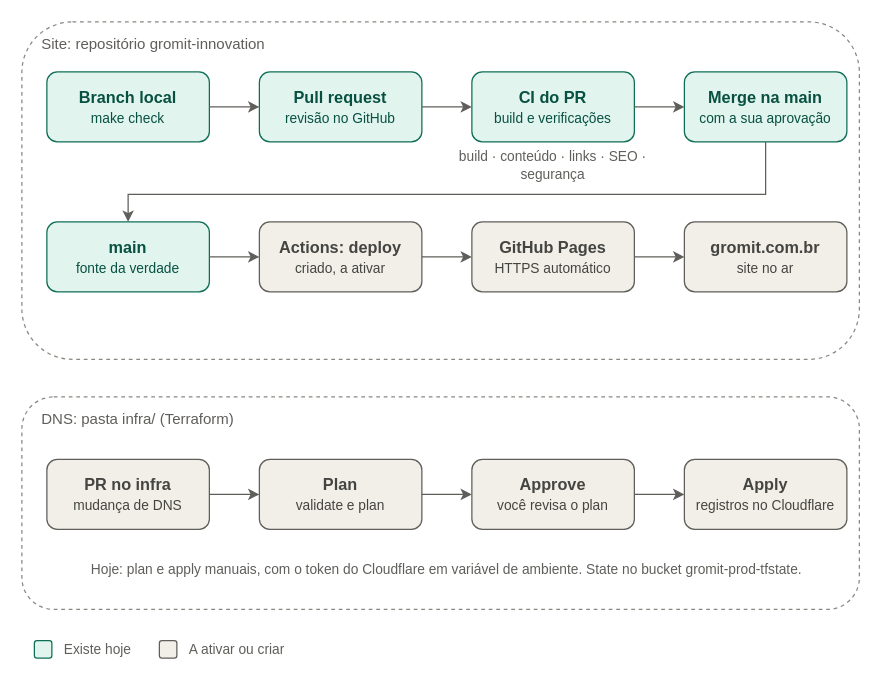
danilofreytas/gromit-innovation keeps this draw.io diagram as docs/gromit-site-cicd.drawio. Above is the earlier version. Source tidied: cells renumbered, new cells numbered last; positions are measured from the earlier drawing's top-left corner, leaving out a move shared by most shapes. Both pictures are drawn from the tidied source at 125%, with x=0, y=0 at pixel (21, 21).
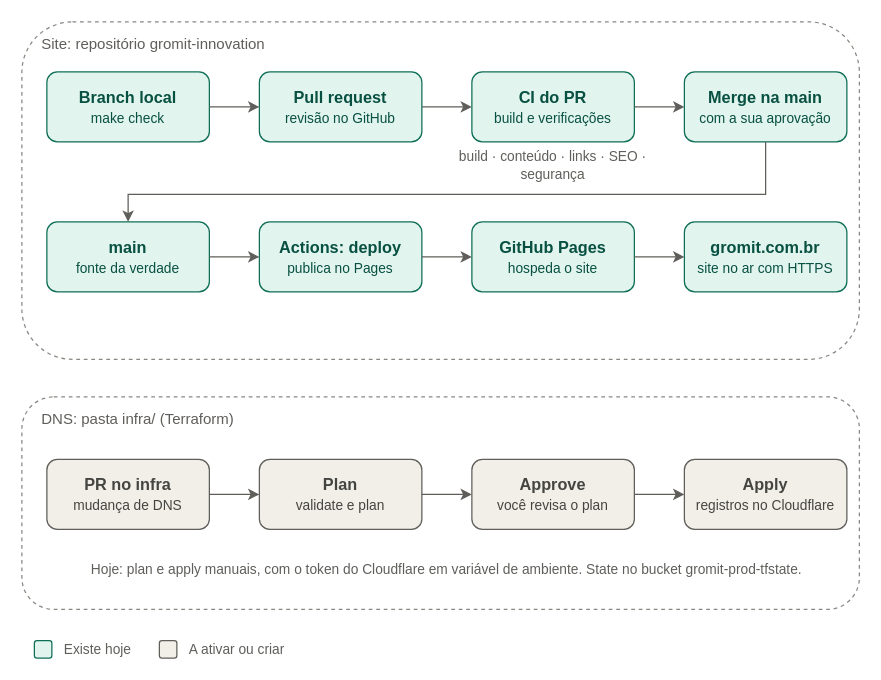
The same page after the edit.

Commit message (it also covers changes not shown here):
feat(infra): HTTPS do domínio pelo Cloudflare (proxy ligado), Terraform e documentação alinhados

Diff of the diagram source:
```diff
@@
-    <mxCell id="9" value="&lt;b&gt;Actions: deploy&lt;/b&gt;&lt;br&gt;&lt;font style=&quot;font-size:11px&quot;&gt;criado, a ativar&lt;/font&gt;" style="rounded=1;whiteSpace=wrap;html=1;fontSize=13;fillColor=#F1EFE8;strokeColor=#5F5E5A;fontColor=#444441;" parent="1" vertex="1">
+    <mxCell id="9" value="&lt;b&gt;Actions: deploy&lt;/b&gt;&lt;br&gt;&lt;font style=&quot;font-size:11px&quot;&gt;publica no Pages&lt;/font&gt;" style="rounded=1;whiteSpace=wrap;html=1;fontSize=13;fillColor=#E1F5EE;strokeColor=#0F6E56;fontColor=#085041;" parent="1" vertex="1">
       <mxGeometry x="190" y="160" width="130" height="56" as="geometry" />
     </mxCell>
-    <mxCell id="10" value="&lt;b&gt;GitHub Pages&lt;/b&gt;&lt;br&gt;&lt;font style=&quot;font-size:11px&quot;&gt;HTTPS automático&lt;/font&gt;" style="rounded=1;whiteSpace=wrap;html=1;fontSize=13;fillColor=#F1EFE8;strokeColor=#5F5E5A;fontColor=#444441;" parent="1" vertex="1">
+    <mxCell id="10" value="&lt;b&gt;GitHub Pages&lt;/b&gt;&lt;br&gt;&lt;font style=&quot;font-size:11px&quot;&gt;hospeda o site&lt;/font&gt;" style="rounded=1;whiteSpace=wrap;html=1;fontSize=13;fillColor=#E1F5EE;strokeColor=#0F6E56;fontColor=#085041;" parent="1" vertex="1">
       <mxGeometry x="360" y="160" width="130" height="56" as="geometry" />
     </mxCell>
-    <mxCell id="11" value="&lt;b&gt;gromit.com.br&lt;/b&gt;&lt;br&gt;&lt;font style=&quot;font-size:11px&quot;&gt;site no ar&lt;/font&gt;" style="rounded=1;whiteSpace=wrap;html=1;fontSize=13;fillColor=#F1EFE8;strokeColor=#5F5E5A;fontColor=#444441;" parent="1" vertex="1">
+    <mxCell id="11" value="&lt;b&gt;gromit.com.br&lt;/b&gt;&lt;br&gt;&lt;font style=&quot;font-size:11px&quot;&gt;site no ar com HTTPS&lt;/font&gt;" style="rounded=1;whiteSpace=wrap;html=1;fontSize=13;fillColor=#E1F5EE;strokeColor=#0F6E56;fontColor=#085041;" parent="1" vertex="1">
       <mxGeometry x="530" y="160" width="130" height="56" as="geometry" />
     </mxCell>
```
